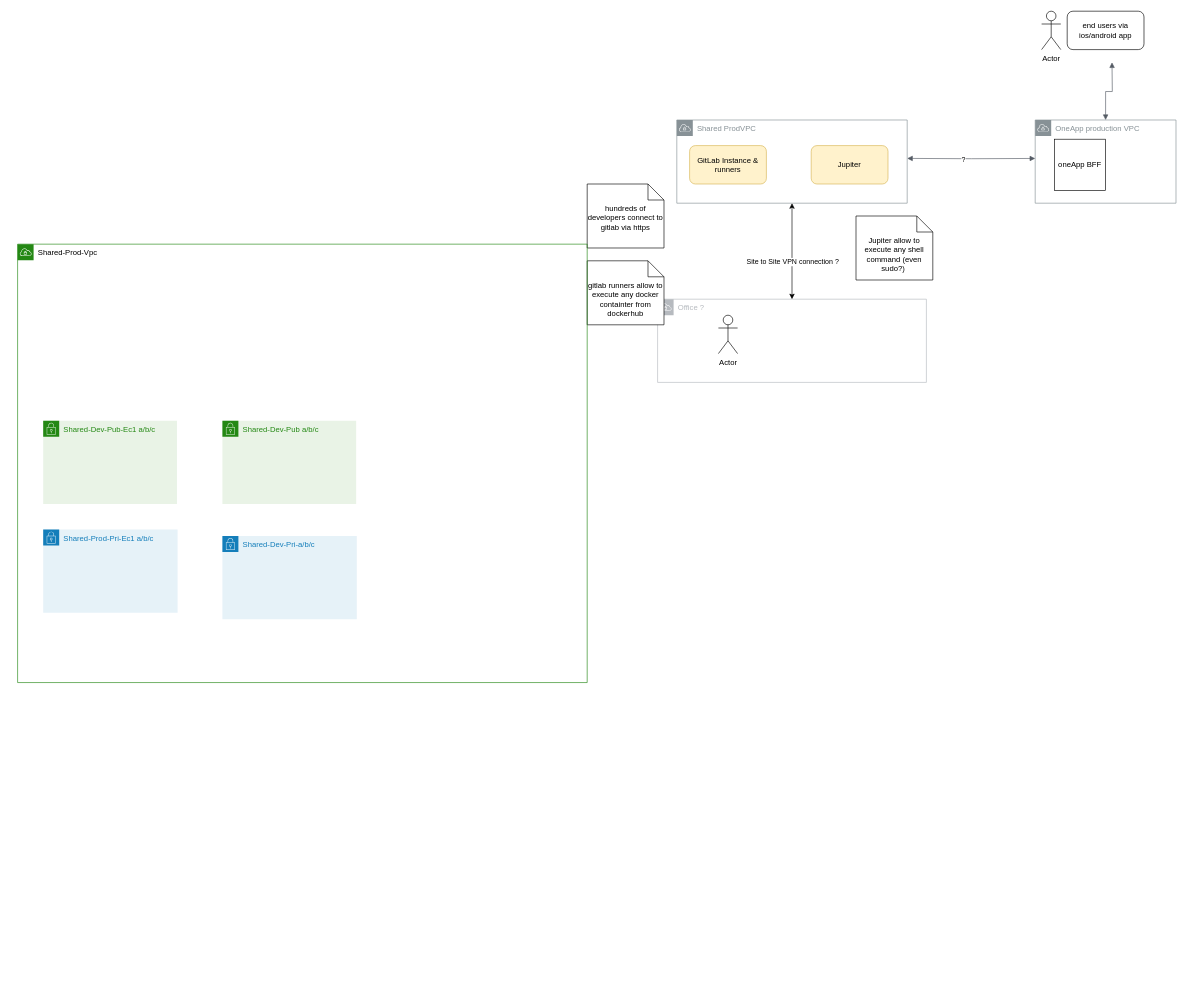
The draw.io diagram aws oneApp.drawio in slookin/stuff, before the edit. Source tidied: cells renumbered, new cells numbered last; positions are measured from the earlier drawing's top-left corner, leaving out a move shared by most shapes. Both pictures are drawn from the tidied source at 64%, with x=0, y=0 at pixel (17, 11).
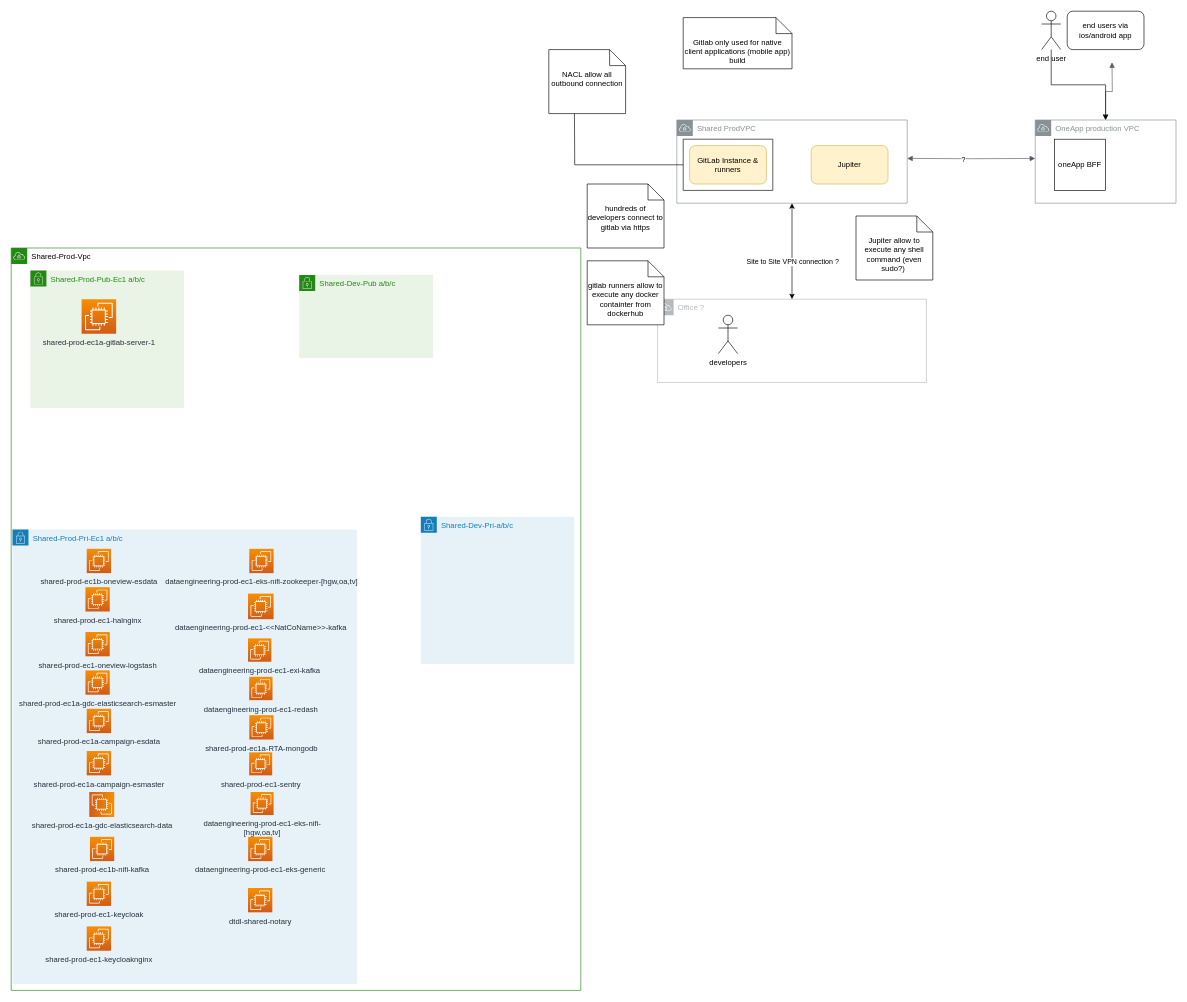
The same page after the edit.

The change refers to these unchanged cells:
```xml
<mxCell id="3" value="OneApp production VPC" style="sketch=0;outlineConnect=0;gradientColor=none;html=1;whiteSpace=wrap;fontSize=12;fontStyle=0;shape=mxgraph.aws4.group;grIcon=mxgraph.aws4.group_vpc;strokeColor=#879196;fillColor=none;verticalAlign=top;align=left;spacingLeft=30;fontColor=#879196;dashed=0;" parent="1" vertex="1">
  <mxGeometry x="1590" y="170" width="220" height="130" as="geometry" />
</mxCell>
```

Change to the diagram source:
```diff
@@
+    <mxCell id="24" style="edgeStyle=orthogonalEdgeStyle;rounded=0;jettySize=auto;html=1;fontColor=#000000;exitX=0;exitY=0.5;exitDx=0;exitDy=0;" parent="1" edge="1" source="27">
+      <mxGeometry relative="1" as="geometry">
+        <mxPoint x="870" y="150" as="targetPoint" />
+      </mxGeometry>
+    </mxCell>
@@
-    <mxCell id="15" value="Actor" style="shape=umlActor;verticalLabelPosition=bottom;verticalAlign=top;html=1;" parent="1" vertex="1">
+    <mxCell id="15" value="developers" style="shape=umlActor;verticalLabelPosition=bottom;verticalAlign=top;html=1;" parent="1" vertex="1">
       <mxGeometry x="1095" y="475" width="30" height="60" as="geometry" />
     </mxCell>
+    <mxCell id="25" style="edgeStyle=orthogonalEdgeStyle;rounded=0;jettySize=auto;html=1;fontColor=#000000;" parent="1" edge="1" source="16" target="3">
+      <mxGeometry relative="1" as="geometry" />
+    </mxCell>
-    <mxCell id="16" value="Actor" style="shape=umlActor;verticalLabelPosition=bottom;verticalAlign=top;html=1;outlineConnect=0;" parent="1" vertex="1">
+    <mxCell id="16" value="end user" style="shape=umlActor;verticalLabelPosition=bottom;verticalAlign=top;html=1;outlineConnect=0;" parent="1" vertex="1">
       <mxGeometry x="1600" width="30" height="60" as="geometry" />
     </mxCell>
@@
     <mxCell id="19" value="&lt;div&gt;&lt;font color=&quot;#000000&quot;&gt;Shared-Prod-Vpc&lt;/font&gt;&lt;/div&gt;" style="gradientColor=none;html=1;whiteSpace=wrap;fontSize=12;fontStyle=0;shape=mxgraph.aws4.group;grIcon=mxgraph.aws4.group_vpc;strokeColor=#248814;fillColor=none;verticalAlign=top;align=left;spacingLeft=30;fontColor=#AAB7B8;dashed=0;" parent="1" vertex="1">
-      <mxGeometry y="364" width="890" height="685" as="geometry" />
+      <mxGeometry x="-10" y="370" width="890" height="1160" as="geometry" />
     </mxCell>
     <mxCell id="20" value="&lt;div&gt;Shared-Prod-Pri-Ec1 a/b/c&lt;/div&gt;&lt;div&gt;&lt;br&gt;&lt;/div&gt;" style="gradientColor=none;html=1;whiteSpace=wrap;fontSize=12;fontStyle=0;shape=mxgraph.aws4.group;grIcon=mxgraph.aws4.group_security_group;grStroke=0;strokeColor=#147EBA;fillColor=#E6F2F8;verticalAlign=top;align=left;spacingLeft=30;fontColor=#147EBA;dashed=0;" parent="1" vertex="1">
-      <mxGeometry x="40" y="810" width="210" height="130" as="geometry" />
+      <mxGeometry x="-8" y="810" width="538" height="710" as="geometry" />
     </mxCell>
-    <mxCell id="21" value="Shared-Dev-Pub-Ec1&amp;nbsp;a/b/c" style="gradientColor=none;html=1;whiteSpace=wrap;fontSize=12;fontStyle=0;shape=mxgraph.aws4.group;grIcon=mxgraph.aws4.group_security_group;grStroke=0;strokeColor=#248814;fillColor=#E9F3E6;verticalAlign=top;align=left;spacingLeft=30;fontColor=#248814;dashed=0;" parent="1" vertex="1">
-      <mxGeometry x="40" y="640" width="209" height="130" as="geometry" />
+    <mxCell id="21" value="Shared-Prod-Pub-Ec1&amp;nbsp;a/b/c" style="gradientColor=none;html=1;whiteSpace=wrap;fontSize=12;fontStyle=0;shape=mxgraph.aws4.group;grIcon=mxgraph.aws4.group_security_group;grStroke=0;strokeColor=#248814;fillColor=#E9F3E6;verticalAlign=top;align=left;spacingLeft=30;fontColor=#248814;dashed=0;" parent="1" vertex="1">
+      <mxGeometry x="20" y="405" width="240" height="215" as="geometry" />
     </mxCell>
     <mxCell id="22" value="&lt;div&gt;&lt;div&gt;&lt;div&gt;Shared-Dev-Pri-a/b/c&lt;/div&gt;&lt;/div&gt;&lt;/div&gt;" style="gradientColor=none;html=1;whiteSpace=wrap;fontSize=12;fontStyle=0;shape=mxgraph.aws4.group;grIcon=mxgraph.aws4.group_security_group;grStroke=0;strokeColor=#147EBA;fillColor=#E6F2F8;verticalAlign=top;align=left;spacingLeft=30;fontColor=#147EBA;dashed=0;" parent="1" vertex="1">
-      <mxGeometry x="320" y="820" width="210" height="130" as="geometry" />
+      <mxGeometry x="630" y="790" width="240" height="230" as="geometry" />
     </mxCell>
     <mxCell id="23" value="&lt;div&gt;Shared-Dev-Pub a/b/c&amp;nbsp;&lt;/div&gt;" style="gradientColor=none;html=1;whiteSpace=wrap;fontSize=12;fontStyle=0;shape=mxgraph.aws4.group;grIcon=mxgraph.aws4.group_security_group;grStroke=0;strokeColor=#248814;fillColor=#E9F3E6;verticalAlign=top;align=left;spacingLeft=30;fontColor=#248814;dashed=0;" parent="1" vertex="1">
-      <mxGeometry x="320" y="640" width="209" height="130" as="geometry" />
+      <mxGeometry x="440" y="412" width="209" height="130" as="geometry" />
     </mxCell>
+    <mxCell id="26" value="&lt;div&gt;shared-prod-ec1b-oneview-esdata&lt;/div&gt;&lt;div&gt;&lt;br&gt;&lt;/div&gt;" style="sketch=0;fontColor=#232F3E;gradientColor=#F78E04;gradientDirection=north;fillColor=#D05C17;strokeColor=#ffffff;dashed=0;verticalLabelPosition=bottom;verticalAlign=top;align=center;html=1;fontSize=12;fontStyle=0;shape=mxgraph.aws4.resourceIcon;resIcon=mxgraph.aws4.ec2;" parent="1" vertex="1">
+      <mxGeometry x="108" y="840" width="38" height="38" as="geometry" />
+    </mxCell>
+    <mxCell id="27" style="swimlane;startSize=0;fontColor=#000000;" parent="1" vertex="1">
+      <mxGeometry x="1040" y="200" width="140" height="80" as="geometry" />
+    </mxCell>
+    <mxCell id="28" value="NACL allow all outbound connection" style="shape=note2;boundedLbl=1;whiteSpace=wrap;html=1;size=25;verticalAlign=top;align=center;" parent="1" vertex="1">
+      <mxGeometry x="830" y="60" width="120" height="100" as="geometry" />
+    </mxCell>
+    <mxCell id="29" value="Gitlab only used for native client applications (mobile app) build" style="shape=note2;boundedLbl=1;whiteSpace=wrap;html=1;size=25;verticalAlign=top;align=center;" parent="1" vertex="1">
+      <mxGeometry x="1040" y="10" width="170" height="80" as="geometry" />
+    </mxCell>
+    <mxCell id="30" value="&lt;div&gt;shared-prod-ec1a-gitlab-server-1&lt;/div&gt;&lt;div&gt;&lt;br&gt;&lt;/div&gt;" style="sketch=0;fontColor=#232F3E;gradientColor=#F78E04;gradientDirection=north;fillColor=#D05C17;strokeColor=#ffffff;dashed=0;verticalLabelPosition=bottom;verticalAlign=top;align=center;html=1;fontSize=12;fontStyle=0;shape=mxgraph.aws4.resourceIcon;resIcon=mxgraph.aws4.ec2;" parent="1" vertex="1">
+      <mxGeometry x="100" y="450" width="54" height="54" as="geometry" />
+    </mxCell>
+    <mxCell id="31" value="shared-prod-ec1a-campaign-esmaster" style="sketch=0;fontColor=#232F3E;gradientColor=#F78E04;gradientDirection=north;fillColor=#D05C17;strokeColor=#ffffff;dashed=0;verticalLabelPosition=bottom;verticalAlign=top;align=center;html=1;fontSize=12;fontStyle=0;shape=mxgraph.aws4.resourceIcon;resIcon=mxgraph.aws4.ec2;" parent="1" vertex="1">
+      <mxGeometry x="108" y="1156" width="38" height="38" as="geometry" />
+    </mxCell>
+    <mxCell id="32" value="&lt;div&gt;&lt;span&gt; &lt;/span&gt;&lt;/div&gt;&lt;div&gt;shared-prod-ec1-halnginx&lt;/div&gt;" style="sketch=0;fontColor=#232F3E;gradientColor=#F78E04;gradientDirection=north;fillColor=#D05C17;strokeColor=#ffffff;dashed=0;verticalLabelPosition=bottom;verticalAlign=top;align=center;html=1;fontSize=12;fontStyle=0;shape=mxgraph.aws4.resourceIcon;resIcon=mxgraph.aws4.ec2;" parent="1" vertex="1">
+      <mxGeometry x="106" y="900" width="38" height="38" as="geometry" />
+    </mxCell>
+    <mxCell id="33" value="shared-prod-ec1a-gdc-elasticsearch-esmaster" style="sketch=0;fontColor=#232F3E;gradientColor=#F78E04;gradientDirection=north;fillColor=#D05C17;strokeColor=#ffffff;dashed=0;verticalLabelPosition=bottom;verticalAlign=top;align=center;html=1;fontSize=12;fontStyle=0;shape=mxgraph.aws4.resourceIcon;resIcon=mxgraph.aws4.ec2;" parent="1" vertex="1">
+      <mxGeometry x="106" y="1030" width="38" height="38" as="geometry" />
+    </mxCell>
+    <mxCell id="34" value="&lt;div&gt;shared-prod-ec1a-gdc-elasticsearch-data&lt;/div&gt;" style="sketch=0;fontColor=#232F3E;gradientColor=#F78E04;gradientDirection=north;fillColor=#D05C17;strokeColor=#ffffff;dashed=0;verticalLabelPosition=bottom;verticalAlign=top;align=center;html=1;fontSize=12;fontStyle=0;shape=mxgraph.aws4.resourceIcon;resIcon=mxgraph.aws4.ec2;direction=south;" parent="1" vertex="1">
+      <mxGeometry x="112" y="1220" width="39" height="39" as="geometry" />
+    </mxCell>
+    <mxCell id="35" value="&lt;div&gt;shared-prod-ec1-oneview-logstash&lt;/div&gt;" style="sketch=0;fontColor=#232F3E;gradientColor=#F78E04;gradientDirection=north;fillColor=#D05C17;strokeColor=#ffffff;dashed=0;verticalLabelPosition=bottom;verticalAlign=top;align=center;html=1;fontSize=12;fontStyle=0;shape=mxgraph.aws4.resourceIcon;resIcon=mxgraph.aws4.ec2;" parent="1" vertex="1">
+      <mxGeometry x="106" y="970" width="38" height="38" as="geometry" />
+    </mxCell>
+    <mxCell id="36" value="&lt;div&gt;shared-prod-ec1a-campaign-esdata&lt;/div&gt;" style="sketch=0;fontColor=#232F3E;gradientColor=#F78E04;gradientDirection=north;fillColor=#D05C17;strokeColor=#ffffff;dashed=0;verticalLabelPosition=bottom;verticalAlign=top;align=center;html=1;fontSize=12;fontStyle=0;shape=mxgraph.aws4.resourceIcon;resIcon=mxgraph.aws4.ec2;" parent="1" vertex="1">
+      <mxGeometry x="108" y="1090" width="38" height="38" as="geometry" />
+    </mxCell>
+    <mxCell id="37" value="&lt;div&gt;shared-prod-ec1b-nifi-kafka&lt;/div&gt;" style="sketch=0;fontColor=#232F3E;gradientColor=#F78E04;gradientDirection=north;fillColor=#D05C17;strokeColor=#ffffff;dashed=0;verticalLabelPosition=bottom;verticalAlign=top;align=center;html=1;fontSize=12;fontStyle=0;shape=mxgraph.aws4.resourceIcon;resIcon=mxgraph.aws4.ec2;" parent="1" vertex="1">
+      <mxGeometry x="113" y="1290" width="38" height="38" as="geometry" />
+    </mxCell>
+    <mxCell id="38" value="&lt;div&gt;shared-prod-ec1-keycloak&lt;/div&gt;" style="sketch=0;fontColor=#232F3E;gradientColor=#F78E04;gradientDirection=north;fillColor=#D05C17;strokeColor=#ffffff;dashed=0;verticalLabelPosition=bottom;verticalAlign=top;align=center;html=1;fontSize=12;fontStyle=0;shape=mxgraph.aws4.resourceIcon;resIcon=mxgraph.aws4.ec2;" parent="1" vertex="1">
+      <mxGeometry x="108" y="1360" width="38" height="38" as="geometry" />
+    </mxCell>
+    <mxCell id="39" value="&lt;div&gt;shared-prod-ec1a-RTA-mongodb&lt;/div&gt;" style="sketch=0;points=[[0,0,0],[0.25,0,0],[0.5,0,0],[0.75,0,0],[1,0,0],[0,1,0],[0.25,1,0],[0.5,1,0],[0.75,1,0],[1,1,0],[0,0.25,0],[0,0.5,0],[0,0.75,0],[1,0.25,0],[1,0.5,0],[1,0.75,0]];outlineConnect=0;fontColor=#232F3E;gradientColor=#F78E04;gradientDirection=north;fillColor=#D05C17;strokeColor=#ffffff;dashed=0;verticalLabelPosition=bottom;verticalAlign=top;align=center;html=1;fontSize=12;fontStyle=0;shape=mxgraph.aws4.resourceIcon;resIcon=mxgraph.aws4.ec2;" parent="1" vertex="1">
+      <mxGeometry x="362" y="1100" width="38" height="38" as="geometry" />
+    </mxCell>
+    <mxCell id="40" value="&lt;div&gt;shared-prod-ec1-keycloaknginx&lt;/div&gt;" style="sketch=0;fontColor=#232F3E;gradientColor=#F78E04;gradientDirection=north;fillColor=#D05C17;strokeColor=#ffffff;dashed=0;verticalLabelPosition=bottom;verticalAlign=top;align=center;html=1;fontSize=12;fontStyle=0;shape=mxgraph.aws4.resourceIcon;resIcon=mxgraph.aws4.ec2;" parent="1" vertex="1">
+      <mxGeometry x="108" y="1430" width="38" height="38" as="geometry" />
+    </mxCell>
+    <mxCell id="41" value="&lt;div&gt;dataengineering-prod-ec1-&amp;lt;&amp;lt;NatCoName&amp;gt;&amp;gt;-kafka&lt;/div&gt;&lt;div&gt;&lt;br&gt;&lt;/div&gt;" style="sketch=0;fontColor=#232F3E;gradientColor=#F78E04;gradientDirection=north;fillColor=#D05C17;strokeColor=#ffffff;dashed=0;verticalLabelPosition=bottom;verticalAlign=top;align=center;html=1;fontSize=12;fontStyle=0;shape=mxgraph.aws4.resourceIcon;resIcon=mxgraph.aws4.ec2;" parent="1" vertex="1">
+      <mxGeometry x="360" y="910" width="40" height="40" as="geometry" />
+    </mxCell>
+    <mxCell id="42" value="&lt;div&gt;dataengineering-prod-ec1-redash&lt;/div&gt;" style="sketch=0;fontColor=#232F3E;gradientColor=#F78E04;gradientDirection=north;fillColor=#D05C17;strokeColor=#ffffff;dashed=0;verticalLabelPosition=bottom;verticalAlign=top;align=center;html=1;fontSize=12;fontStyle=0;shape=mxgraph.aws4.resourceIcon;resIcon=mxgraph.aws4.ec2;" parent="1" vertex="1">
+      <mxGeometry x="361.8" y="1040" width="36.5" height="36.5" as="geometry" />
+    </mxCell>
+    <mxCell id="43" value="&lt;div&gt;shared-prod-ec1-sentry&lt;/div&gt;" style="sketch=0;fontColor=#232F3E;gradientColor=#F78E04;gradientDirection=north;fillColor=#D05C17;strokeColor=#ffffff;dashed=0;verticalLabelPosition=bottom;verticalAlign=top;align=center;html=1;fontSize=12;fontStyle=0;shape=mxgraph.aws4.resourceIcon;resIcon=mxgraph.aws4.ec2;" parent="1" vertex="1">
+      <mxGeometry x="361.8" y="1158" width="36" height="36" as="geometry" />
+    </mxCell>
+    <mxCell id="44" value="&lt;div&gt;dtdl-shared-notary&lt;/div&gt;" style="sketch=0;fontColor=#232F3E;gradientColor=#F78E04;gradientDirection=north;fillColor=#D05C17;strokeColor=#ffffff;dashed=0;verticalLabelPosition=bottom;verticalAlign=top;align=center;html=1;fontSize=12;fontStyle=0;shape=mxgraph.aws4.resourceIcon;resIcon=mxgraph.aws4.ec2;" parent="1" vertex="1">
+      <mxGeometry x="360" y="1370" width="38" height="38" as="geometry" />
+    </mxCell>
+    <mxCell id="45" value="&lt;div&gt;dataengineering-prod-ec1-exi-kafka&lt;/div&gt;" style="sketch=0;fontColor=#232F3E;gradientColor=#F78E04;gradientDirection=north;fillColor=#D05C17;strokeColor=#ffffff;dashed=0;verticalLabelPosition=bottom;verticalAlign=top;align=center;html=1;fontSize=12;fontStyle=0;shape=mxgraph.aws4.resourceIcon;resIcon=mxgraph.aws4.ec2;" parent="1" vertex="1">
+      <mxGeometry x="360" y="980" width="36.5" height="36.5" as="geometry" />
+    </mxCell>
+    <mxCell id="46" value="&lt;div&gt;dataengineering-prod-ec1-eks-nifi-zookeeper-[hgw,oa,tv]&lt;/div&gt;" style="sketch=0;fontColor=#232F3E;gradientColor=#F78E04;gradientDirection=north;fillColor=#D05C17;strokeColor=#ffffff;dashed=0;verticalLabelPosition=bottom;verticalAlign=top;align=center;html=1;fontSize=12;fontStyle=0;shape=mxgraph.aws4.resourceIcon;resIcon=mxgraph.aws4.ec2;" parent="1" vertex="1">
+      <mxGeometry x="362" y="840" width="38" height="38" as="geometry" />
+    </mxCell>
+    <mxCell id="47" value="&lt;div&gt;dataengineering-prod-ec1-eks-nifi-&lt;/div&gt;[hgw,oa,tv]" style="sketch=0;fontColor=#232F3E;gradientColor=#F78E04;gradientDirection=north;fillColor=#D05C17;strokeColor=#ffffff;dashed=0;verticalLabelPosition=bottom;verticalAlign=top;align=center;html=1;fontSize=12;fontStyle=0;shape=mxgraph.aws4.resourceIcon;resIcon=mxgraph.aws4.ec2;" parent="1" vertex="1">
+      <mxGeometry x="364" y="1220" width="36" height="36" as="geometry" />
+    </mxCell>
+    <mxCell id="48" value="&lt;div&gt;dataengineering-prod-ec1-eks-generic&lt;/div&gt;" style="sketch=0;fontColor=#232F3E;gradientColor=#F78E04;gradientDirection=north;fillColor=#D05C17;strokeColor=#ffffff;dashed=0;verticalLabelPosition=bottom;verticalAlign=top;align=center;html=1;fontSize=12;fontStyle=0;shape=mxgraph.aws4.resourceIcon;resIcon=mxgraph.aws4.ec2;" parent="1" vertex="1">
+      <mxGeometry x="360.2" y="1290" width="38" height="38" as="geometry" />
+    </mxCell>
+    <mxCell id="49" style="edgeStyle=orthogonalEdgeStyle;rounded=0;orthogonalLoop=1;jettySize=auto;html=1;exitX=0.5;exitY=1;exitDx=0;exitDy=0;exitPerimeter=0;fontColor=#000000;" parent="1" edge="1" source="39" target="39">
+      <mxGeometry relative="1" as="geometry" />
+    </mxCell>
```
